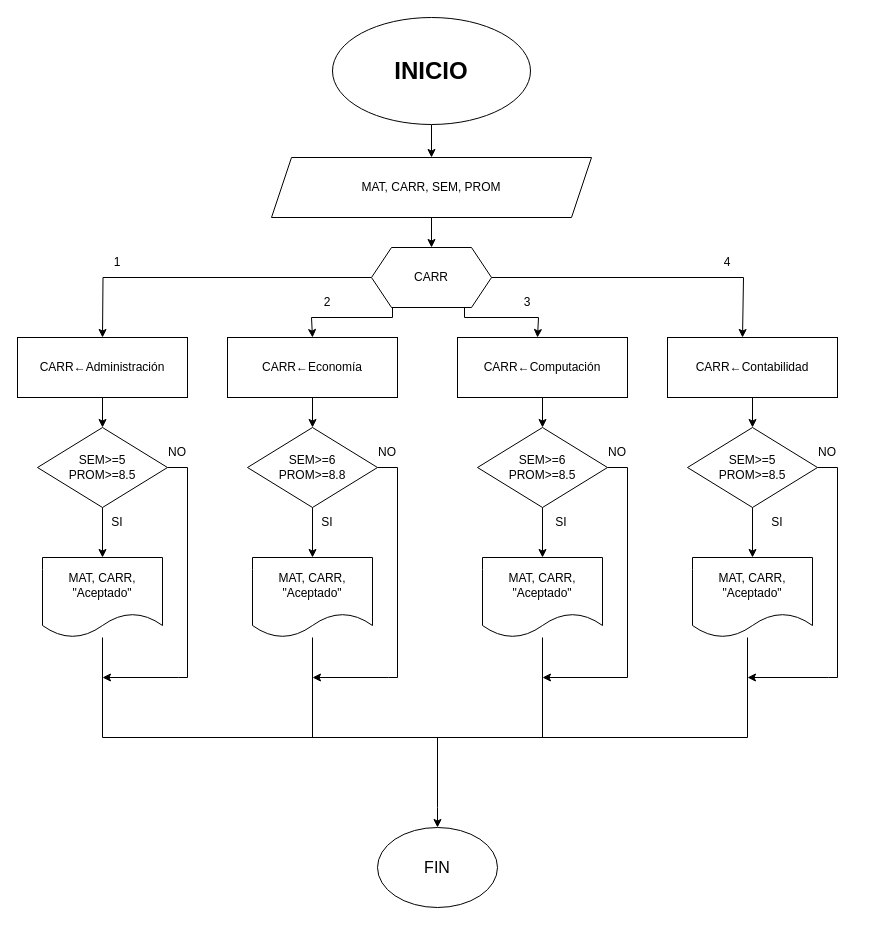
JesusAIR97/Pruebas_iniciales keeps this draw.io diagram as Diagrama sin título.drawio. Above is the earlier version. Source tidied: cells renumbered, new cells numbered last; positions are measured from the earlier drawing's top-left corner, leaving out a move shared by most shapes. Both pictures are drawn from the tidied source at 100%, with x=0, y=0 at pixel (17, 17).
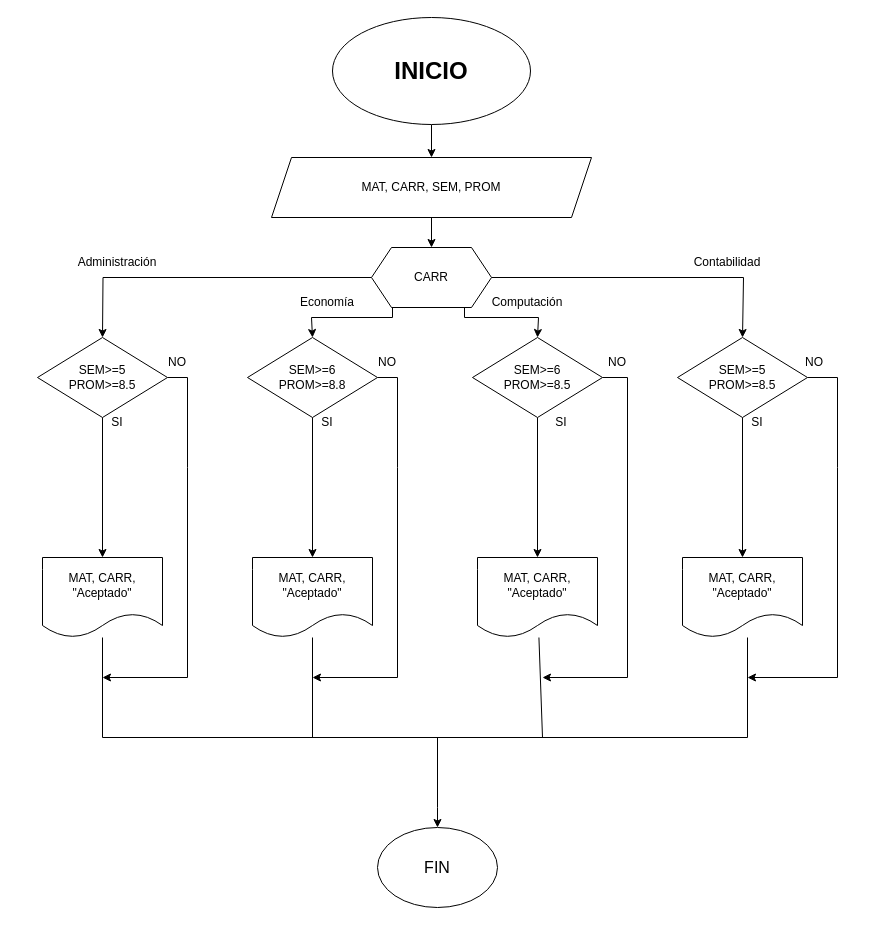
Above is the later version.

Change to the diagram source:
```diff
@@
-    <mxCell id="11" style="edgeStyle=orthogonalEdgeStyle;rounded=0;jettySize=auto;html=1;" parent="1" edge="1" source="12" target="21">
-      <mxGeometry relative="1" as="geometry" />
-    </mxCell>
-    <mxCell id="12" value="CARR←Administración" style="rounded=0;whiteSpace=wrap;html=1;" parent="1" vertex="1">
-      <mxGeometry y="320" width="170" height="60" as="geometry" />
-    </mxCell>
-    <mxCell id="13" style="edgeStyle=orthogonalEdgeStyle;rounded=0;jettySize=auto;html=1;" parent="1" edge="1" source="14" target="24">
-      <mxGeometry relative="1" as="geometry" />
-    </mxCell>
-    <mxCell id="14" value="CARR←Economía" style="rounded=0;whiteSpace=wrap;html=1;" parent="1" vertex="1">
-      <mxGeometry x="210" y="320" width="170" height="60" as="geometry" />
-    </mxCell>
-    <mxCell id="15" style="edgeStyle=orthogonalEdgeStyle;rounded=0;jettySize=auto;html=1;" parent="1" edge="1" source="16" target="27">
-      <mxGeometry relative="1" as="geometry" />
-    </mxCell>
-    <mxCell id="16" value="CARR←Computación" style="rounded=0;whiteSpace=wrap;html=1;" parent="1" vertex="1">
-      <mxGeometry x="440" y="320" width="170" height="60" as="geometry" />
-    </mxCell>
-    <mxCell id="17" style="edgeStyle=orthogonalEdgeStyle;rounded=0;jettySize=auto;html=1;" parent="1" edge="1" source="18" target="30">
-      <mxGeometry relative="1" as="geometry" />
-    </mxCell>
-    <mxCell id="18" value="CARR←Contabilidad" style="rounded=0;whiteSpace=wrap;html=1;" parent="1" vertex="1">
-      <mxGeometry x="650" y="320" width="170" height="60" as="geometry" />
-    </mxCell>
@@
     <mxCell id="21" value="SEM&amp;gt;=5&lt;div&gt;PROM&amp;gt;=8.5&lt;/div&gt;" style="rhombus;whiteSpace=wrap;html=1;rounded=0;" parent="1" vertex="1">
-      <mxGeometry x="20" y="410" width="130" height="80" as="geometry" />
+      <mxGeometry x="20" y="320" width="130" height="80" as="geometry" />
     </mxCell>
@@
     <mxCell id="24" value="SEM&amp;gt;=6&lt;div&gt;PROM&amp;gt;=8.8&lt;/div&gt;" style="rhombus;whiteSpace=wrap;html=1;rounded=0;" parent="1" vertex="1">
-      <mxGeometry x="230" y="410" width="130" height="80" as="geometry" />
+      <mxGeometry x="230" y="320" width="130" height="80" as="geometry" />
     </mxCell>
@@
     <mxCell id="26" style="edgeStyle=orthogonalEdgeStyle;rounded=0;jettySize=auto;html=1;" parent="1" edge="1" source="27">
       <mxGeometry relative="1" as="geometry">
         <mxPoint x="525" y="660" as="targetPoint" />
         <Array as="points">
-          <mxPoint x="610" y="450" />
+          <mxPoint x="610" y="360" />
           <mxPoint x="610" y="660" />
         </Array>
       </mxGeometry>
     </mxCell>
     <mxCell id="27" value="SEM&amp;gt;=6&lt;div&gt;PROM&amp;gt;=8.5&lt;/div&gt;" style="rhombus;whiteSpace=wrap;html=1;rounded=0;" parent="1" vertex="1">
-      <mxGeometry x="460" y="410" width="130" height="80" as="geometry" />
+      <mxGeometry x="455" y="320" width="130" height="80" as="geometry" />
     </mxCell>
@@
     <mxCell id="30" value="SEM&amp;gt;=5&lt;div&gt;PROM&amp;gt;=8.5&lt;/div&gt;" style="rhombus;whiteSpace=wrap;html=1;rounded=0;" parent="1" vertex="1">
-      <mxGeometry x="670" y="410" width="130" height="80" as="geometry" />
+      <mxGeometry x="660" y="320" width="130" height="80" as="geometry" />
     </mxCell>
@@
     <mxCell id="34" value="MAT, CARR, &quot;Aceptado&quot;" style="shape=document;whiteSpace=wrap;html=1;boundedLbl=1;rounded=0;" parent="1" vertex="1">
-      <mxGeometry x="465" y="540" width="120" height="80" as="geometry" />
+      <mxGeometry x="460" y="540" width="120" height="80" as="geometry" />
     </mxCell>
     <mxCell id="35" value="MAT, CARR, &quot;Aceptado&quot;" style="shape=document;whiteSpace=wrap;html=1;boundedLbl=1;rounded=0;" parent="1" vertex="1">
-      <mxGeometry x="675" y="540" width="120" height="80" as="geometry" />
+      <mxGeometry x="665" y="540" width="120" height="80" as="geometry" />
     </mxCell>
@@
     <mxCell id="40" value="NO" style="text;html=1;align=center;verticalAlign=middle;whiteSpace=wrap;rounded=0;" parent="1" vertex="1">
-      <mxGeometry x="130" y="420" width="60" height="30" as="geometry" />
+      <mxGeometry x="130" y="330" width="60" height="30" as="geometry" />
     </mxCell>
     <mxCell id="41" value="NO" style="text;html=1;align=center;verticalAlign=middle;whiteSpace=wrap;rounded=0;" parent="1" vertex="1">
-      <mxGeometry x="340" y="420" width="60" height="30" as="geometry" />
+      <mxGeometry x="340" y="330" width="60" height="30" as="geometry" />
     </mxCell>
     <mxCell id="42" value="SI" style="text;html=1;align=center;verticalAlign=middle;whiteSpace=wrap;rounded=0;" parent="1" vertex="1">
-      <mxGeometry x="280" y="490" width="60" height="30" as="geometry" />
+      <mxGeometry x="280" y="390" width="60" height="30" as="geometry" />
     </mxCell>
     <mxCell id="43" value="NO" style="text;html=1;align=center;verticalAlign=middle;whiteSpace=wrap;rounded=0;" parent="1" vertex="1">
-      <mxGeometry x="570" y="420" width="60" height="30" as="geometry" />
+      <mxGeometry x="570" y="330" width="60" height="30" as="geometry" />
     </mxCell>
     <mxCell id="44" value="NO" style="text;html=1;align=center;verticalAlign=middle;whiteSpace=wrap;rounded=0;" parent="1" vertex="1">
-      <mxGeometry x="780" y="420" width="60" height="30" as="geometry" />
+      <mxGeometry x="767" y="330" width="60" height="30" as="geometry" />
     </mxCell>
     <mxCell id="45" value="SI" style="text;html=1;align=center;verticalAlign=middle;whiteSpace=wrap;rounded=0;" parent="1" vertex="1">
-      <mxGeometry x="70" y="490" width="60" height="30" as="geometry" />
+      <mxGeometry x="70" y="390" width="60" height="30" as="geometry" />
     </mxCell>
     <mxCell id="46" value="SI" style="text;html=1;align=center;verticalAlign=middle;whiteSpace=wrap;rounded=0;" parent="1" vertex="1">
-      <mxGeometry x="514" y="490" width="60" height="30" as="geometry" />
+      <mxGeometry x="514" y="390" width="60" height="30" as="geometry" />
     </mxCell>
     <mxCell id="47" value="SI" style="text;html=1;align=center;verticalAlign=middle;whiteSpace=wrap;rounded=0;" parent="1" vertex="1">
-      <mxGeometry x="730" y="490" width="60" height="30" as="geometry" />
+      <mxGeometry x="710" y="390" width="60" height="30" as="geometry" />
     </mxCell>
@@
-    <mxCell id="49" value="1" style="text;html=1;align=center;verticalAlign=middle;whiteSpace=wrap;rounded=0;" parent="1" vertex="1">
+    <mxCell id="49" value="Administración" style="text;html=1;align=center;verticalAlign=middle;whiteSpace=wrap;rounded=0;" parent="1" vertex="1">
       <mxGeometry x="70" y="230" width="60" height="30" as="geometry" />
     </mxCell>
-    <mxCell id="50" value="2" style="text;html=1;align=center;verticalAlign=middle;whiteSpace=wrap;rounded=0;" parent="1" vertex="1">
+    <mxCell id="50" value="Economía" style="text;html=1;align=center;verticalAlign=middle;whiteSpace=wrap;rounded=0;" parent="1" vertex="1">
       <mxGeometry x="280" y="270" width="60" height="30" as="geometry" />
     </mxCell>
-    <mxCell id="51" value="3" style="text;html=1;align=center;verticalAlign=middle;whiteSpace=wrap;rounded=0;" parent="1" vertex="1">
+    <mxCell id="51" value="Computación" style="text;html=1;align=center;verticalAlign=middle;whiteSpace=wrap;rounded=0;" parent="1" vertex="1">
       <mxGeometry x="480" y="270" width="60" height="30" as="geometry" />
     </mxCell>
-    <mxCell id="52" value="4" style="text;html=1;align=center;verticalAlign=middle;whiteSpace=wrap;rounded=0;" parent="1" vertex="1">
+    <mxCell id="52" value="Contabilidad" style="text;html=1;align=center;verticalAlign=middle;whiteSpace=wrap;rounded=0;" parent="1" vertex="1">
       <mxGeometry x="680" y="230" width="60" height="30" as="geometry" />
     </mxCell>
```
